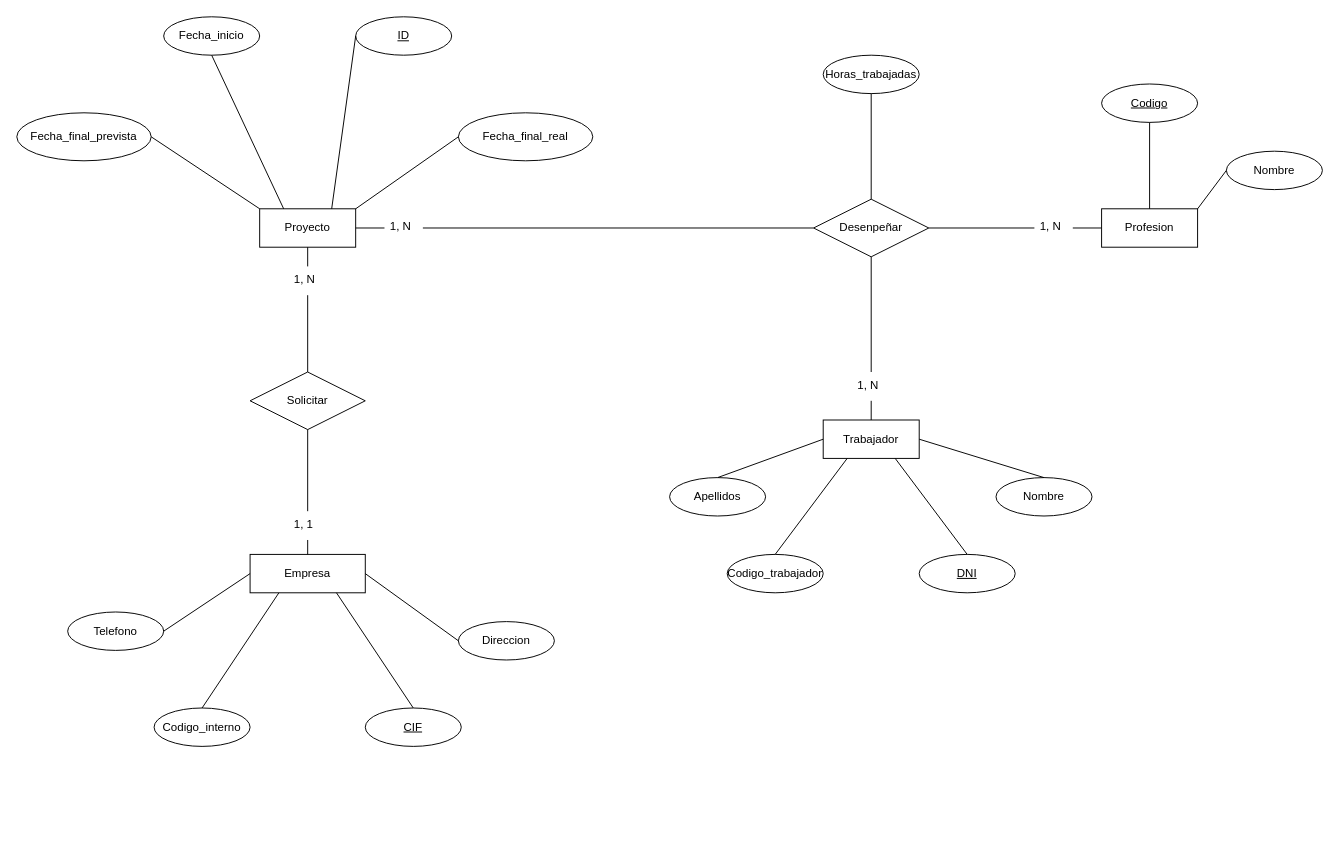
The draw.io diagram Actividad_12_C3_UD12.drawio in jordimall/jmg-tsys-ta12diagramasER-drawio-111023, before the edit. Source tidied: cells renumbered, new cells numbered last; positions are measured from the earlier drawing's top-left corner, leaving out a move shared by most shapes. Both pictures are drawn from the tidied source at 96%, with x=0, y=0 at pixel (16, 16).
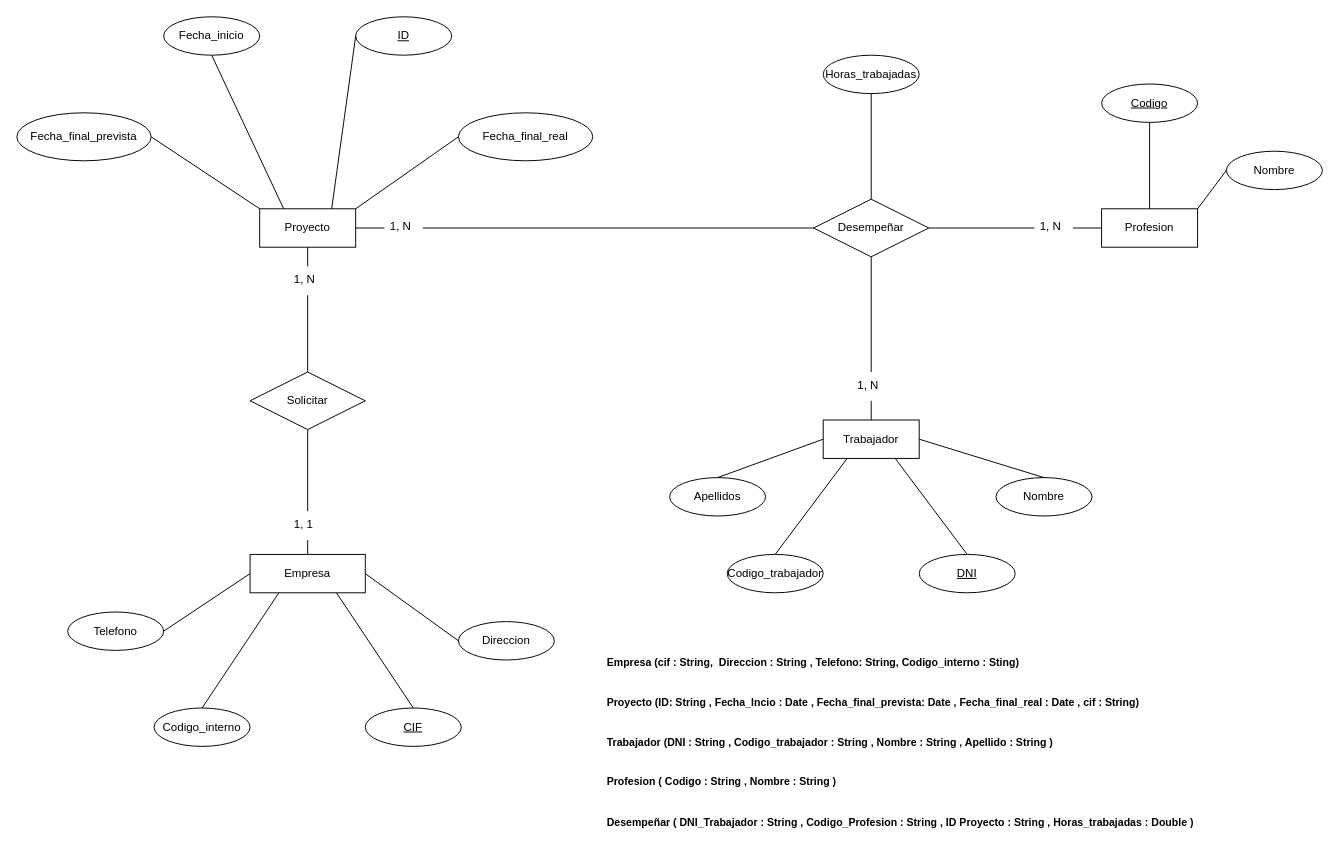
After the change.

Commit message:
Se añade modelo relacional.drawio

What changed in the source:
```diff
@@
-    <mxCell id="31" value="Desenpeñar" style="shape=rhombus;perimeter=rhombusPerimeter;whiteSpace=wrap;html=1;align=center;" parent="1" vertex="1">
+    <mxCell id="31" value="Desempeñar" style="shape=rhombus;perimeter=rhombusPerimeter;whiteSpace=wrap;html=1;align=center;" parent="1" vertex="1">
       <mxGeometry x="830" y="190" width="120" height="60" as="geometry" />
     </mxCell>
@@
+    <mxCell id="53" value="&lt;h1 style=&quot;font-size: 11px;&quot;&gt;&lt;font style=&quot;font-size: 11px;&quot;&gt;Empresa (cif : String,&amp;nbsp; Direccion : String , Telefono: String, Codigo_interno : Sting)&lt;/font&gt;&lt;/h1&gt;&lt;h1 style=&quot;font-size: 11px;&quot;&gt;&lt;font style=&quot;font-size: 11px;&quot;&gt;&lt;br&gt;&lt;/font&gt;&lt;/h1&gt;&lt;h1 style=&quot;font-size: 11px;&quot;&gt;&lt;font style=&quot;font-size: 11px;&quot;&gt;Proyecto (ID: String , Fecha_Incio : Date , Fecha_final_prevista: Date , Fecha_final_real : Date , cif : String)&lt;/font&gt;&lt;/h1&gt;&lt;h1 style=&quot;font-size: 11px;&quot;&gt;&lt;br&gt;&lt;/h1&gt;&lt;h1 style=&quot;font-size: 11px;&quot;&gt;&lt;font style=&quot;font-size: 11px;&quot;&gt;Trabajador (DNI : String , Codigo_trabajador : String , Nombre : String , Apellido : String )&lt;/font&gt;&lt;/h1&gt;&lt;h1 style=&quot;font-size: 11px;&quot;&gt;&lt;font style=&quot;font-size: 11px;&quot;&gt;&lt;br&gt;&lt;/font&gt;&lt;/h1&gt;&lt;h1 style=&quot;font-size: 11px;&quot;&gt;&lt;font style=&quot;font-size: 11px;&quot;&gt;Profesion ( Codigo : String , Nombre : String )&lt;/font&gt;&lt;/h1&gt;&lt;div&gt;&lt;font style=&quot;font-size: 11px;&quot;&gt;&lt;br&gt;&lt;/font&gt;&lt;/div&gt;&lt;h1 style=&quot;font-size: 11px;&quot;&gt;&lt;font style=&quot;font-size: 11px;&quot;&gt;Desempeñar ( DNI_Trabajador : String , Codigo_Profesion : String , ID Proyecto : String , Horas_trabajadas : Double )&amp;nbsp;&lt;/font&gt;&lt;/h1&gt;" style="text;html=1;strokeColor=none;fillColor=none;spacing=5;spacingTop=-20;whiteSpace=wrap;overflow=hidden;rounded=0;" parent="1" vertex="1">
+      <mxGeometry x="610" y="670" width="660" height="190" as="geometry" />
+    </mxCell>
```
